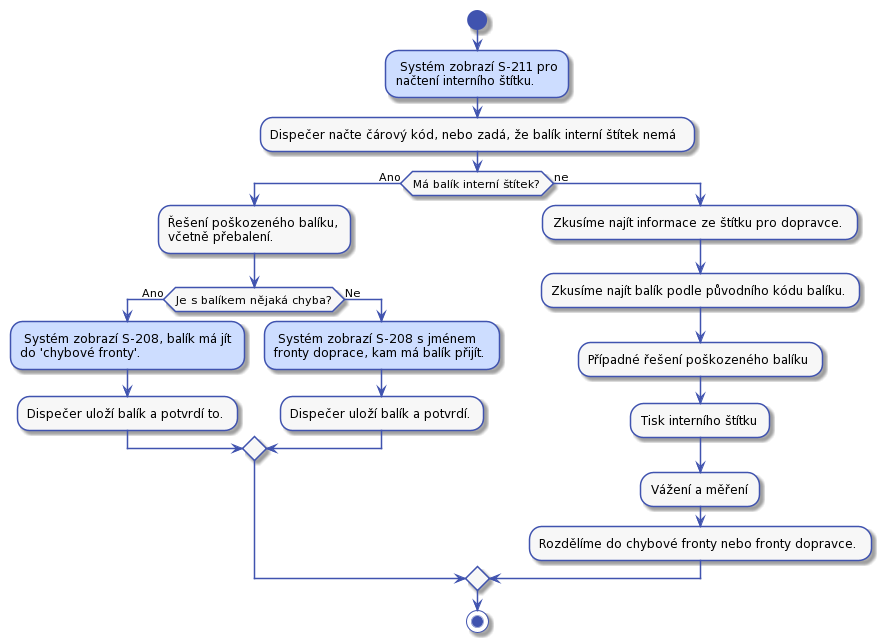
Above: docs/diagrams/out/uc-26-activity.png in Internet-Handel/postman (PlantUML), before the change.
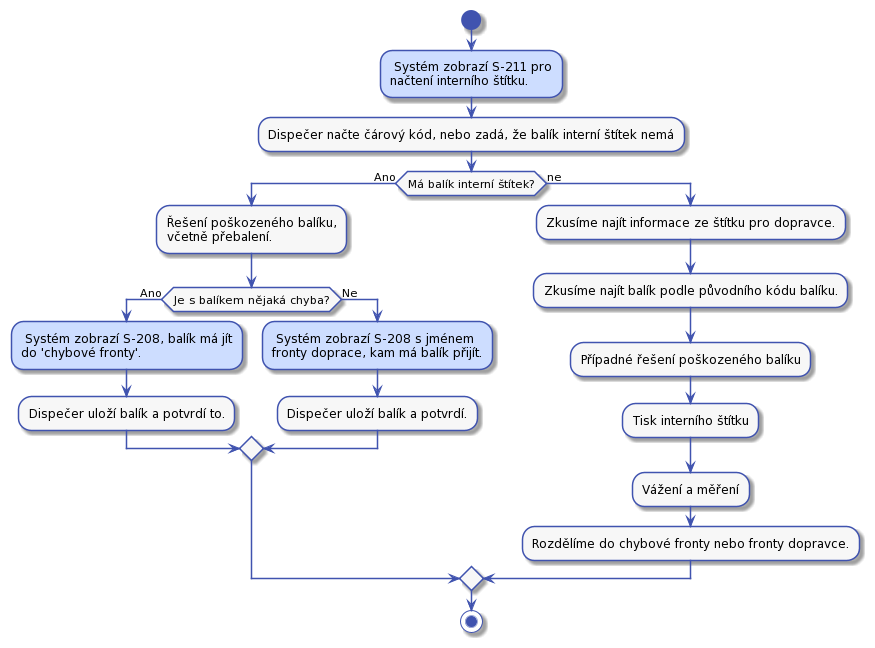
After the change.

The edit, as a diff of the source:
```diff
@@ -1,68 +1,71 @@
 @startuml
+!$col1 = "#F7F7F7"
 
+!$col2 = "#CDDDFF"
 
+!$col4 = "#4053AF"
 
 skinparam activity {
-    BorderColor #4053AF
-    ArrowColor #4053AF
+    BorderColor $col4
+    ArrowColor $col4
     FontName Roboto
-    BackgroundColor #F7F7F7
-    StartColor #4053AF
-    EndColor #4053AF
+    BackgroundColor $col1
+    StartColor $col4
+    EndColor $col4
 }
 
 skinparam activityDiamond {
-    BorderColor #4053AF
-    ArrowColor #4053AF
+    BorderColor $col4
+    ArrowColor $col4
     FontName Roboto
-    BackgroundColor #F7F7F7
+    BackgroundColor $col1
 }
 
 skinparam actor {
-    BorderColor #4053AF
-    ArrowColor #4053AF
+    BorderColor $col4
+    ArrowColor $col4
     FontName Roboto
-    BackgroundColor #F7F7F7
+    BackgroundColor $col1
 }
 
 skinparam useCase {
-    BorderColor #4053AF
-    ArrowColor #4053AF
+    BorderColor $col4
+    ArrowColor $col4
     FontName Roboto
-    BackgroundColor #F7F7F7
+    BackgroundColor $col1
 }
 
 skinparam state {
-    BorderColor #4053AF
-    ArrowColor #4053AF
+    BorderColor $col4
+    ArrowColor $col4
     FontName Roboto
-    BackgroundColor #F7F7F7
+    BackgroundColor $col1
 }
 
 skinparam sequence {
-    ParticipantBorderColor #4053AF
-    ParticipantBackgroundColor #F7F7F7
+    ParticipantBorderColor $col4
+    ParticipantBackgroundColor $col1
 }
 
 skinparam note {
-    BorderColor #4053AF
-    BackgroundColor #F7F7F7
+    BorderColor $col4
+    BackgroundColor $col1
 }
 
 skinparam object {
-    BorderColor #4053AF
-    BackgroundColor #F7F7F7
+    BorderColor $col4
+    BackgroundColor $col1
 }
 
 skinparam class {
-    BorderColor #4053AF
-    BackgroundColor #F7F7F7
+    BorderColor $col4
+    BackgroundColor $col1
 }
 
 
 start
 
-#CDDDFF: Systém zobrazí S-211 pro
+$col2: Systém zobrazí S-211 pro
 načtení interního štítku.;
 :Dispečer načte čárový kód, nebo zadá, že balík interní štítek nemá;
 
@@ -70,11 +73,11 @@
     :Řešení poškozeného balíku,
     včetně přebalení.;
     if (Je s balíkem nějaká chyba?) then (Ano)
-        #CDDDFF: Systém zobrazí S-208, balík má jít
+        $col2: Systém zobrazí S-208, balík má jít
         do 'chybové fronty'.;
         :Dispečer uloží balík a potvrdí to.;
     else (Ne)
-       #CDDDFF: Systém zobrazí S-208 s jménem
+       $col2: Systém zobrazí S-208 s jménem
        fronty doprace, kam má balík přijít.;
        :Dispečer uloží balík a potvrdí.;
     endif
```
